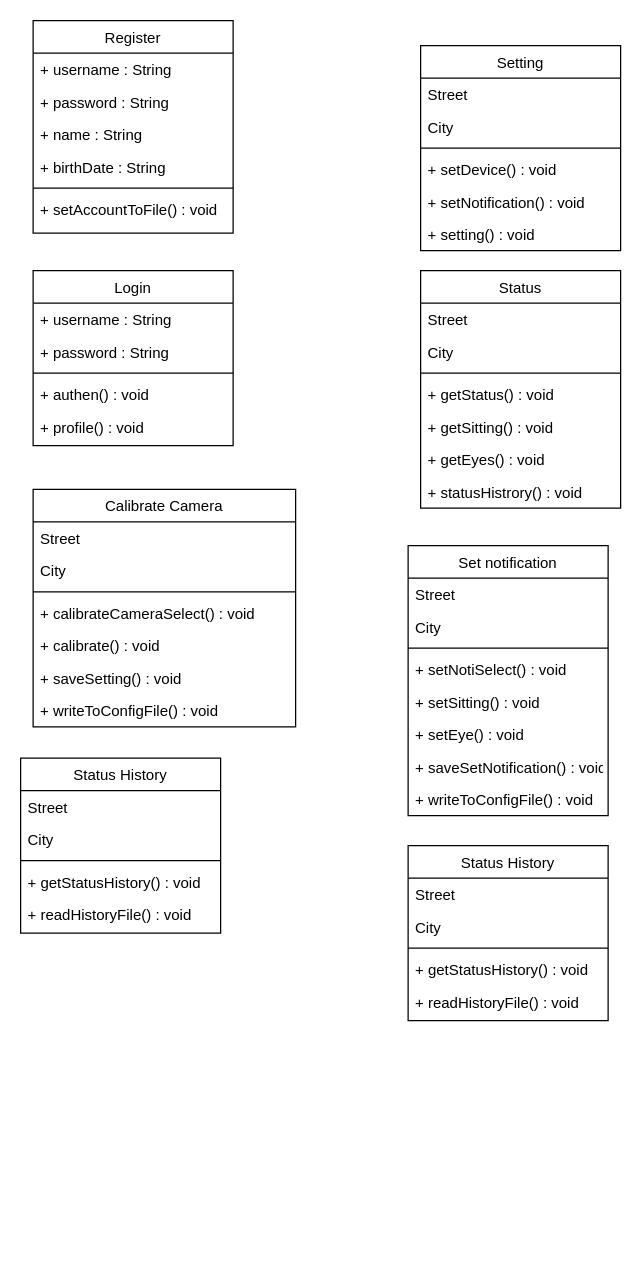
The draw.io diagram Design/Class_Diagram.drawio in astrrr/Right-posture, before the edit. Source tidied: cells renumbered, new cells numbered last; positions are measured from the earlier drawing's top-left corner, leaving out a move shared by most shapes. Both pictures are drawn from the tidied source at 125%, with x=0, y=0 at pixel (20, 20).
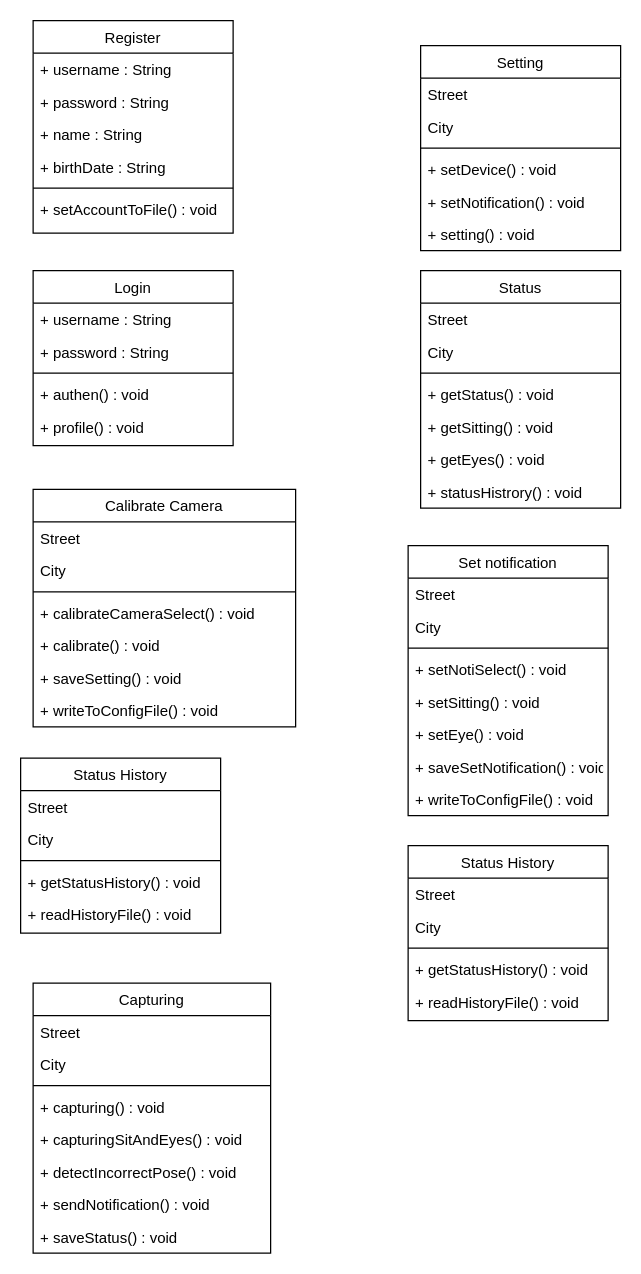
The same page after the edit.

What changed in the source:
```diff
@@
+    <mxCell id="59" value="Capturing" style="swimlane;fontStyle=0;align=center;verticalAlign=top;horizontal=1;startSize=26;rounded=0;shadow=0;strokeWidth=1;" parent="1" vertex="1">
+      <mxGeometry x="10" y="770" width="190" height="216" as="geometry" />
+    </mxCell>
+    <mxCell id="60" value="Street" style="text;align=left;verticalAlign=top;spacingLeft=4;spacingRight=4;overflow=hidden;" parent="59" vertex="1">
+      <mxGeometry y="26" width="190" height="26" as="geometry" />
+    </mxCell>
+    <mxCell id="61" value="City" style="text;align=left;verticalAlign=top;spacingLeft=4;spacingRight=4;overflow=hidden;rounded=0;shadow=0;html=0;" parent="59" vertex="1">
+      <mxGeometry y="52" width="190" height="26" as="geometry" />
+    </mxCell>
+    <mxCell id="62" style="line;html=1;strokeWidth=1;align=left;verticalAlign=middle;spacingTop=-1;spacingLeft=3;spacingRight=3;labelPosition=right;" parent="59" vertex="1">
+      <mxGeometry y="78" width="190" height="8" as="geometry" />
+    </mxCell>
+    <mxCell id="63" value="+ capturing() : void" style="text;align=left;verticalAlign=top;spacingLeft=4;spacingRight=4;overflow=hidden;" parent="59" vertex="1">
+      <mxGeometry y="86" width="190" height="26" as="geometry" />
+    </mxCell>
+    <mxCell id="64" value="+ capturingSitAndEyes() : void" style="text;align=left;verticalAlign=top;spacingLeft=4;spacingRight=4;overflow=hidden;" parent="59" vertex="1">
+      <mxGeometry y="112" width="190" height="26" as="geometry" />
+    </mxCell>
+    <mxCell id="65" value="+ detectIncorrectPose() : void" style="text;align=left;verticalAlign=top;spacingLeft=4;spacingRight=4;overflow=hidden;" parent="59" vertex="1">
+      <mxGeometry y="138" width="190" height="26" as="geometry" />
+    </mxCell>
+    <mxCell id="66" value="+ sendNotification() : void" style="text;align=left;verticalAlign=top;spacingLeft=4;spacingRight=4;overflow=hidden;" parent="59" vertex="1">
+      <mxGeometry y="164" width="190" height="26" as="geometry" />
+    </mxCell>
+    <mxCell id="67" value="+ saveStatus() : void" style="text;align=left;verticalAlign=top;spacingLeft=4;spacingRight=4;overflow=hidden;" parent="59" vertex="1">
+      <mxGeometry y="190" width="190" height="26" as="geometry" />
+    </mxCell>
```
